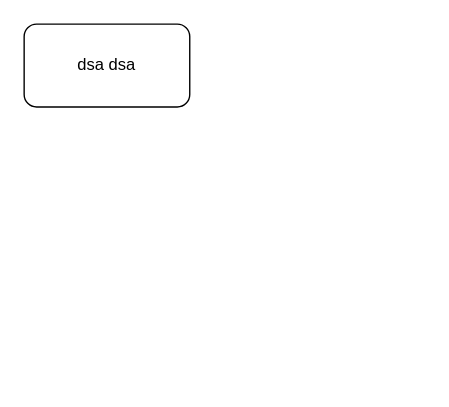
Before: 未命名绘图.drawio in iamsonderr/git_test, a draw.io diagram. Source tidied: cells renumbered, new cells numbered last; positions are measured from the earlier drawing's top-left corner, leaving out a move shared by most shapes. Both pictures are drawn from the tidied source at 138%, with x=0, y=0 at pixel (23, 23).
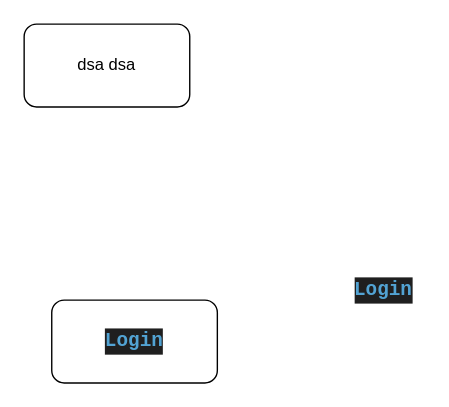
Above is the later version.

Commit message (it also covers changes not shown here):
更新未命名绘图.drawio

What changed in the source:
```diff
@@
 <mxGraphModel>
   <root>
     <mxCell id="0" />
     <mxCell id="1" parent="0" />
     <mxCell id="2" value="dsa dsa" style="rounded=1;whiteSpace=wrap;html=1;" parent="1" vertex="1">
       <mxGeometry width="120" height="60" as="geometry" />
     </mxCell>
+    <mxCell id="3" value="&lt;div style=&quot;color: rgb(204, 204, 204); background-color: rgb(31, 31, 31); font-family: Consolas, &amp;quot;Courier New&amp;quot;, monospace; font-size: 14px; line-height: 19px; white-space: pre;&quot;&gt;&lt;div style=&quot;line-height: 19px;&quot;&gt;&lt;span style=&quot;color: #52a3d3;font-weight: bold;&quot;&gt;Login&lt;/span&gt;&lt;/div&gt;&lt;/div&gt;" style="rounded=1;whiteSpace=wrap;html=1;" parent="1" vertex="1">
+      <mxGeometry x="20" y="200" width="120" height="60" as="geometry" />
+    </mxCell>
+    <mxCell id="4" value="&lt;div style=&quot;color: rgb(204, 204, 204); background-color: rgb(31, 31, 31); font-family: Consolas, &amp;quot;Courier New&amp;quot;, monospace; font-size: 14px; line-height: 19px; white-space-collapse: preserve;&quot;&gt;&lt;span style=&quot;color: #52a3d3;font-weight: bold;&quot;&gt;Login&lt;/span&gt;&lt;/div&gt;" style="text;html=1;align=center;verticalAlign=middle;strokeColor=none;fillColor=none;" parent="1" vertex="1">
+      <mxGeometry x="230" y="178" width="60" height="30" as="geometry" />
+    </mxCell>
   </root>
 </mxGraphModel>
```
